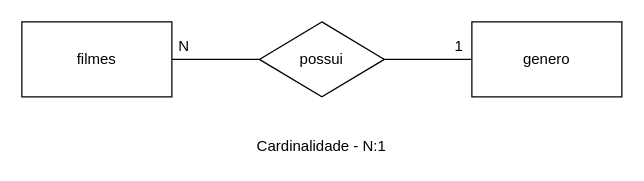
Before: page "conceitual" (1 of 2) of Exercícios-aula3/1.0-exercicio-filmes/1.0-exercicio-filmes.drawio in Samel-OP/Senai_Sprint1_BD, a draw.io diagram. Source tidied: cells renumbered, new cells numbered last; positions are measured from the earlier drawing's top-left corner, leaving out a move shared by most shapes. Both pictures are drawn from the tidied source at 125%, with x=0, y=0 at pixel (21, 21).
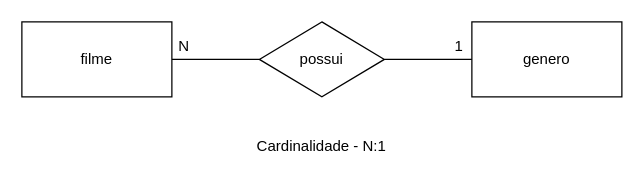
Above is the later version.

Change to the diagram source:
```diff
@@
 <mxGraphModel>
   <root>
     <mxCell id="0" />
     <mxCell id="1" parent="0" />
     <mxCell id="2" style="edgeStyle=orthogonalEdgeStyle;rounded=0;jettySize=auto;html=1;exitX=1;exitY=0.5;exitDx=0;exitDy=0;endArrow=none;endFill=0;" parent="1" edge="1" source="3" target="6">
       <mxGeometry relative="1" as="geometry" />
     </mxCell>
     <mxCell id="3" style="rounded=0;whiteSpace=wrap;html=1;" parent="1" vertex="1">
       <mxGeometry width="120" height="60" as="geometry" />
     </mxCell>
     <mxCell id="4" style="rounded=0;whiteSpace=wrap;html=1;" parent="1" vertex="1">
       <mxGeometry x="360" width="120" height="60" as="geometry" />
     </mxCell>
     <mxCell id="5" style="edgeStyle=orthogonalEdgeStyle;rounded=0;jettySize=auto;html=1;exitX=1;exitY=0.5;exitDx=0;exitDy=0;entryX=0;entryY=0.5;entryDx=0;entryDy=0;endArrow=none;endFill=0;" parent="1" edge="1" source="6" target="4">
       <mxGeometry relative="1" as="geometry" />
     </mxCell>
     <mxCell id="6" style="rhombus;whiteSpace=wrap;html=1;" parent="1" vertex="1">
       <mxGeometry x="190" width="100" height="60" as="geometry" />
     </mxCell>
-    <mxCell id="7" value="filmes" style="text;html=1;strokeColor=none;fillColor=none;align=center;verticalAlign=middle;whiteSpace=wrap;rounded=0;" parent="1" vertex="1">
+    <mxCell id="7" value="filme" style="text;html=1;strokeColor=none;fillColor=none;align=center;verticalAlign=middle;whiteSpace=wrap;rounded=0;" parent="1" vertex="1">
       <mxGeometry x="40" y="20" width="40" height="20" as="geometry" />
     </mxCell>
     <mxCell id="8" value="genero" style="text;html=1;strokeColor=none;fillColor=none;align=center;verticalAlign=middle;whiteSpace=wrap;rounded=0;" parent="1" vertex="1">
       <mxGeometry x="400" y="20" width="40" height="20" as="geometry" />
     </mxCell>
     <mxCell id="9" value="possui" style="text;html=1;strokeColor=none;fillColor=none;align=center;verticalAlign=middle;whiteSpace=wrap;rounded=0;" parent="1" vertex="1">
       <mxGeometry x="220" y="20" width="40" height="20" as="geometry" />
     </mxCell>
     <mxCell id="10" value="Cardinalidade - N:1" style="text;html=1;strokeColor=none;fillColor=none;align=center;verticalAlign=middle;whiteSpace=wrap;rounded=0;" parent="1" vertex="1">
       <mxGeometry x="175" y="90" width="130" height="20" as="geometry" />
     </mxCell>
     <mxCell id="11" value="1" style="text;html=1;strokeColor=none;fillColor=none;align=center;verticalAlign=middle;whiteSpace=wrap;rounded=0;" parent="1" vertex="1">
       <mxGeometry x="330" y="10" width="40" height="20" as="geometry" />
     </mxCell>
     <mxCell id="12" value="N" style="text;html=1;strokeColor=none;fillColor=none;align=center;verticalAlign=middle;whiteSpace=wrap;rounded=0;" parent="1" vertex="1">
       <mxGeometry x="110" y="10" width="40" height="20" as="geometry" />
     </mxCell>
   </root>
 </mxGraphModel>
```
